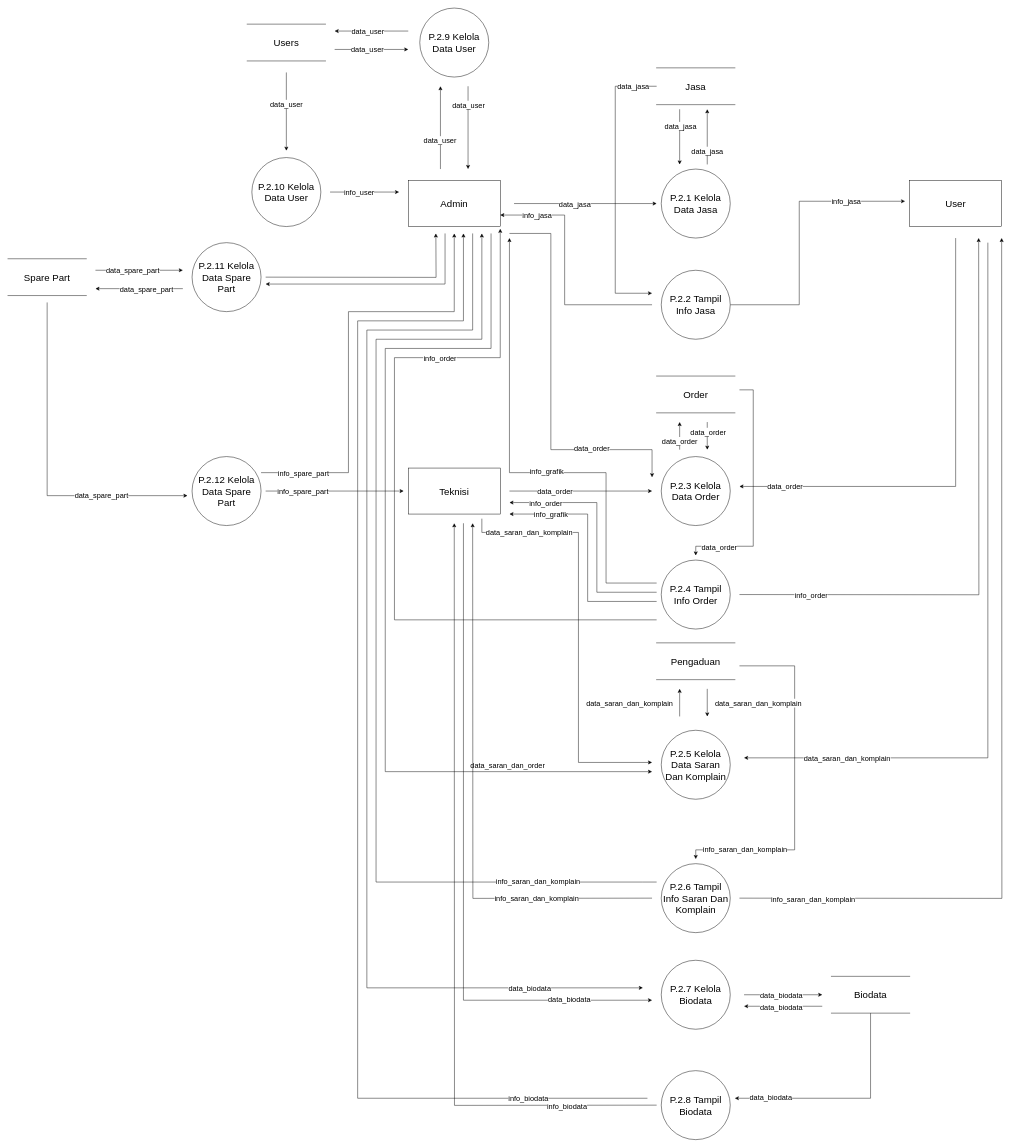
Before: Data Flow Diagram Level 1 (Kelola Data).drawio in Naveigell/ta2, a draw.io diagram. Source tidied: cells renumbered, new cells numbered last; positions are measured from the earlier drawing's top-left corner, leaving out a move shared by most shapes. Both pictures are drawn from the tidied source at 46%, with x=0, y=0 at pixel (8, 8).
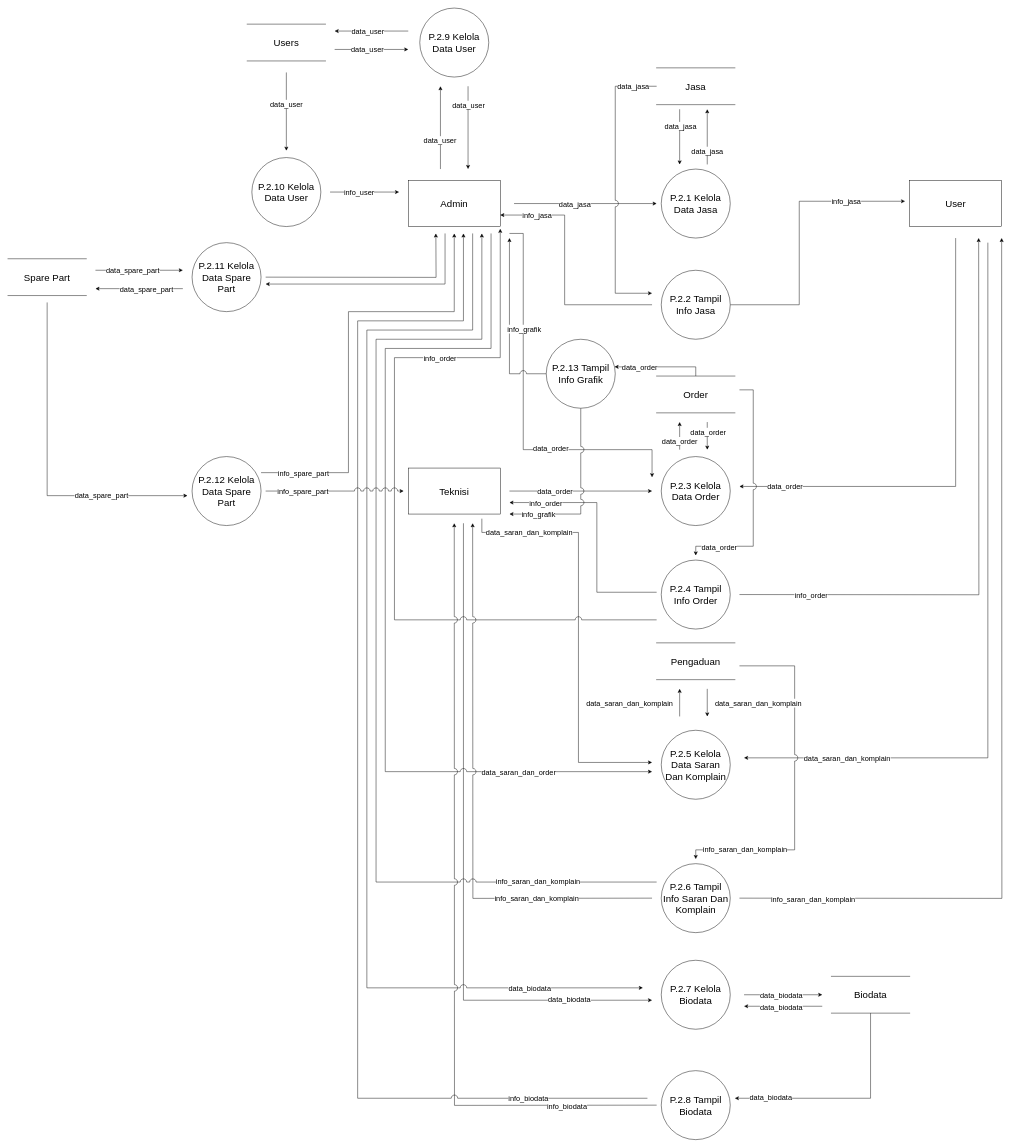
After the change.

Commit message (it also covers changes not shown here):
Add BAB IV DFD and ERD

Unchanged cells that the change refers to:
```xml
<mxCell id="27" value="Jasa" style="shape=partialRectangle;whiteSpace=wrap;html=1;left=0;right=0;fillColor=none;fontSize=21;" parent="1" vertex="1">
  <mxGeometry x="1410" y="130" width="170" height="80" as="geometry" />
</mxCell>
<mxCell id="40" value="Order" style="shape=partialRectangle;whiteSpace=wrap;html=1;left=0;right=0;fillColor=none;fontSize=21;" parent="1" vertex="1">
  <mxGeometry x="1410" y="800" width="170" height="80" as="geometry" />
</mxCell>
```

What changed in the source:
```diff
@@
-    <mxCell id="2" style="edgeStyle=orthogonalEdgeStyle;rounded=0;orthogonalLoop=1;jettySize=auto;html=1;fontSize=21;" parent="1" edge="1">
+    <mxCell id="2" style="edgeStyle=orthogonalEdgeStyle;rounded=0;orthogonalLoop=1;jettySize=auto;html=1;fontSize=21;jumpStyle=arc;jumpSize=14;" parent="1" edge="1">
       <mxGeometry relative="1" as="geometry">
         <mxPoint x="1100" y="425" as="sourcePoint" />
         <mxPoint x="1410" y="425" as="targetPoint" />
       </mxGeometry>
     </mxCell>
@@
     <mxCell id="4" style="edgeStyle=orthogonalEdgeStyle;rounded=0;orthogonalLoop=1;jettySize=auto;html=1;fontSize=16;" parent="1" edge="1">
       <mxGeometry relative="1" as="geometry">
         <mxPoint x="1090" y="490" as="sourcePoint" />
         <mxPoint x="1400" y="1020" as="targetPoint" />
         <Array as="points">
-          <mxPoint x="1180" y="490" />
-          <mxPoint x="1180" y="960" />
+          <mxPoint x="1120" y="490" />
+          <mxPoint x="1120" y="960" />
           <mxPoint x="1400" y="960" />
         </Array>
       </mxGeometry>
     </mxCell>
     <mxCell id="5" value="data_order" style="edgeLabel;html=1;align=center;verticalAlign=middle;fontSize=16;" parent="4" vertex="1">
       <mxGeometry x="0.5" y="3" relative="1" as="geometry">
-        <mxPoint x="18" as="offset" />
+        <mxPoint x="-71" as="offset" />
       </mxGeometry>
     </mxCell>
@@
-    <mxCell id="17" style="edgeStyle=orthogonalEdgeStyle;rounded=0;orthogonalLoop=1;jettySize=auto;html=1;fontSize=16;" parent="1" edge="1">
+    <mxCell id="17" style="edgeStyle=orthogonalEdgeStyle;rounded=0;orthogonalLoop=1;jettySize=auto;html=1;fontSize=16;jumpStyle=arc;jumpSize=14;" parent="1" edge="1">
       <mxGeometry relative="1" as="geometry">
         <mxPoint x="2060" y="500" as="sourcePoint" />
         <mxPoint x="1590" y="1040" as="targetPoint" />
         <Array as="points">
           <mxPoint x="2060" y="1040" />
           <mxPoint x="1600" y="1040" />
         </Array>
       </mxGeometry>
     </mxCell>
@@
-    <mxCell id="25" style="edgeStyle=orthogonalEdgeStyle;rounded=0;jettySize=auto;html=1;fontSize=21;" parent="1" edge="1" source="27">
+    <mxCell id="25" style="edgeStyle=orthogonalEdgeStyle;rounded=0;jettySize=auto;html=1;fontSize=21;jumpStyle=arc;jumpSize=14;" parent="1" edge="1" source="27">
       <mxGeometry relative="1" as="geometry">
         <mxPoint x="1400" y="620" as="targetPoint" />
         <Array as="points">
           <mxPoint x="1320" y="170" />
           <mxPoint x="1320" y="620" />
         </Array>
       </mxGeometry>
     </mxCell>
@@
-    <mxCell id="38" style="edgeStyle=orthogonalEdgeStyle;rounded=0;orthogonalLoop=1;jettySize=auto;html=1;fontSize=16;" parent="1" edge="1">
+    <mxCell id="38" style="edgeStyle=orthogonalEdgeStyle;rounded=0;orthogonalLoop=1;jettySize=auto;html=1;fontSize=16;jumpStyle=arc;jumpSize=14;" parent="1" edge="1">
       <mxGeometry relative="1" as="geometry">
         <mxPoint x="1590" y="830" as="sourcePoint" />
         <mxPoint x="1495" y="1190" as="targetPoint" />
         <Array as="points">
           <mxPoint x="1620" y="830" />
           <mxPoint x="1620" y="1170" />
           <mxPoint x="1495" y="1170" />
         </Array>
       </mxGeometry>
     </mxCell>
@@
+    <mxCell id="113" style="edgeStyle=orthogonalEdgeStyle;rounded=0;jumpStyle=arc;jumpSize=14;jettySize=auto;html=1;exitX=0.5;exitY=0;exitDx=0;exitDy=0;" parent="1" edge="1" source="40" target="115">
+      <mxGeometry relative="1" as="geometry">
+        <Array as="points">
+          <mxPoint x="1495" y="780" />
+        </Array>
+      </mxGeometry>
+    </mxCell>
+    <mxCell id="114" value="data_order" style="edgeLabel;html=1;align=center;verticalAlign=middle;fontSize=16;" parent="113" vertex="1">
+      <mxGeometry x="0.46" relative="1" as="geometry" />
+    </mxCell>
@@
-    <mxCell id="47" style="edgeStyle=orthogonalEdgeStyle;rounded=0;orthogonalLoop=1;jettySize=auto;html=1;fontSize=16;" parent="1" edge="1">
+    <mxCell id="47" style="edgeStyle=orthogonalEdgeStyle;rounded=0;orthogonalLoop=1;jettySize=auto;html=1;fontSize=16;jumpStyle=arc;jumpSize=14;" parent="1" edge="1">
       <mxGeometry relative="1" as="geometry">
         <mxPoint x="1410" y="1330" as="sourcePoint" />
         <mxPoint x="1070" y="480" as="targetPoint" />
         <Array as="points">
           <mxPoint x="840" y="1330" />
           <mxPoint x="840" y="760" />
           <mxPoint x="1070" y="760" />
           <mxPoint x="1070" y="490" />
         </Array>
       </mxGeometry>
     </mxCell>
@@
-    <mxCell id="49" style="edgeStyle=orthogonalEdgeStyle;rounded=0;orthogonalLoop=1;jettySize=auto;html=1;fontSize=16;" parent="1" edge="1">
+    <mxCell id="49" style="edgeStyle=orthogonalEdgeStyle;rounded=0;jettySize=auto;html=1;fontSize=16;exitX=0.5;exitY=1;exitDx=0;exitDy=0;jumpStyle=arc;jumpSize=14;" parent="1" edge="1" source="115">
       <mxGeometry relative="1" as="geometry">
-        <mxPoint x="1410" y="1290" as="sourcePoint" />
         <mxPoint x="1090" y="1100" as="targetPoint" />
         <Array as="points">
-          <mxPoint x="1260" y="1290" />
-          <mxPoint x="1260" y="1100" />
+          <mxPoint x="1245" y="1100" />
         </Array>
       </mxGeometry>
     </mxCell>
@@
-    <mxCell id="51" style="edgeStyle=orthogonalEdgeStyle;rounded=0;orthogonalLoop=1;jettySize=auto;html=1;fontSize=16;" parent="1" edge="1">
+    <mxCell id="51" style="edgeStyle=orthogonalEdgeStyle;rounded=0;jettySize=auto;html=1;fontSize=16;jumpStyle=arc;jumpSize=14;exitX=0;exitY=0.5;exitDx=0;exitDy=0;" parent="1" edge="1" source="115">
       <mxGeometry relative="1" as="geometry">
-        <mxPoint x="1410" y="1250" as="sourcePoint" />
         <mxPoint x="1090" y="500" as="targetPoint" />
         <Array as="points">
-          <mxPoint x="1300" y="1250" />
-          <mxPoint x="1300" y="1010" />
-          <mxPoint x="1090" y="1010" />
+          <mxPoint x="1090" y="795" />
         </Array>
       </mxGeometry>
     </mxCell>
@@
-    <mxCell id="57" style="edgeStyle=orthogonalEdgeStyle;rounded=0;orthogonalLoop=1;jettySize=auto;html=1;fontSize=16;" parent="1" edge="1">
+    <mxCell id="57" style="edgeStyle=orthogonalEdgeStyle;rounded=0;orthogonalLoop=1;jettySize=auto;html=1;fontSize=16;jumpStyle=arc;jumpSize=14;" parent="1" edge="1">
       <mxGeometry relative="1" as="geometry">
         <mxPoint x="1590" y="1430" as="sourcePoint" />
         <mxPoint x="1495" y="1850" as="targetPoint" />
         <Array as="points">
           <mxPoint x="1710" y="1430" />
           <mxPoint x="1710" y="1830" />
           <mxPoint x="1495" y="1830" />
         </Array>
       </mxGeometry>
     </mxCell>
@@
-    <mxCell id="62" style="edgeStyle=orthogonalEdgeStyle;rounded=0;orthogonalLoop=1;jettySize=auto;html=1;fontSize=16;" parent="1" edge="1">
+    <mxCell id="62" style="edgeStyle=orthogonalEdgeStyle;rounded=0;orthogonalLoop=1;jettySize=auto;html=1;fontSize=16;jumpStyle=arc;jumpSize=14;" parent="1" edge="1">
       <mxGeometry relative="1" as="geometry">
         <mxPoint x="1050" y="490" as="sourcePoint" />
         <mxPoint x="1400" y="1660" as="targetPoint" />
         <Array as="points">
           <mxPoint x="1050" y="740" />
           <mxPoint x="820" y="740" />
           <mxPoint x="820" y="1660" />
         </Array>
       </mxGeometry>
     </mxCell>
     <mxCell id="63" value="data_saran_dan_order" style="edgeLabel;html=1;align=center;verticalAlign=middle;fontSize=16;" parent="62" vertex="1">
       <mxGeometry x="0.5" relative="1" as="geometry">
-        <mxPoint x="180" y="-14" as="offset" />
+        <mxPoint x="204" as="offset" />
       </mxGeometry>
     </mxCell>
-    <mxCell id="64" style="edgeStyle=orthogonalEdgeStyle;rounded=0;orthogonalLoop=1;jettySize=auto;html=1;fontSize=16;" parent="1" edge="1">
+    <mxCell id="64" style="edgeStyle=orthogonalEdgeStyle;rounded=0;orthogonalLoop=1;jettySize=auto;html=1;fontSize=16;jumpStyle=arc;jumpSize=14;" parent="1" edge="1">
       <mxGeometry relative="1" as="geometry">
         <mxPoint x="1400" y="1935" as="sourcePoint" />
         <mxPoint x="1010" y="1120" as="targetPoint" />
       </mxGeometry>
     </mxCell>
@@
-    <mxCell id="69" style="edgeStyle=orthogonalEdgeStyle;rounded=0;orthogonalLoop=1;jettySize=auto;html=1;fontSize=16;" parent="1" edge="1">
+    <mxCell id="69" style="edgeStyle=orthogonalEdgeStyle;rounded=0;orthogonalLoop=1;jettySize=auto;html=1;fontSize=16;jumpStyle=arc;jumpSize=14;" parent="1" edge="1">
       <mxGeometry relative="1" as="geometry">
         <mxPoint x="1410" y="1900" as="sourcePoint" />
         <mxPoint x="1030" y="490" as="targetPoint" />
         <Array as="points">
           <mxPoint x="1380" y="1900" />
           <mxPoint x="800" y="1900" />
           <mxPoint x="800" y="720" />
           <mxPoint x="1030" y="720" />
         </Array>
       </mxGeometry>
     </mxCell>
@@
-    <mxCell id="79" style="edgeStyle=orthogonalEdgeStyle;rounded=0;orthogonalLoop=1;jettySize=auto;html=1;fontSize=16;" parent="1" edge="1">
+    <mxCell id="79" style="edgeStyle=orthogonalEdgeStyle;rounded=0;orthogonalLoop=1;jettySize=auto;html=1;fontSize=16;jumpStyle=arc;jumpSize=14;" parent="1" edge="1">
       <mxGeometry relative="1" as="geometry">
         <mxPoint x="1010" y="490" as="sourcePoint" />
         <mxPoint x="1380" y="2130" as="targetPoint" />
         <Array as="points">
           <mxPoint x="1010" y="700" />
           <mxPoint x="780" y="700" />
           <mxPoint x="780" y="2130" />
         </Array>
       </mxGeometry>
     </mxCell>
@@
-    <mxCell id="81" style="edgeStyle=orthogonalEdgeStyle;rounded=0;orthogonalLoop=1;jettySize=auto;html=1;" parent="1" edge="1">
+    <mxCell id="81" style="edgeStyle=orthogonalEdgeStyle;rounded=0;orthogonalLoop=1;jettySize=auto;html=1;jumpStyle=arc;jumpSize=14;" parent="1" edge="1">
       <mxGeometry relative="1" as="geometry">
         <mxPoint x="1410" y="2385" as="sourcePoint" />
         <mxPoint x="970" y="1120" as="targetPoint" />
       </mxGeometry>
     </mxCell>
@@
-    <mxCell id="84" style="edgeStyle=orthogonalEdgeStyle;rounded=0;orthogonalLoop=1;jettySize=auto;html=1;fontSize=16;" parent="1" edge="1">
+    <mxCell id="84" style="edgeStyle=orthogonalEdgeStyle;rounded=0;orthogonalLoop=1;jettySize=auto;html=1;fontSize=16;jumpStyle=arc;jumpSize=14;" parent="1" edge="1">
       <mxGeometry relative="1" as="geometry">
         <mxPoint x="1390" y="2370" as="sourcePoint" />
         <mxPoint x="990" y="490" as="targetPoint" />
         <Array as="points">
           <mxPoint x="760" y="2370" />
           <mxPoint x="760" y="680" />
           <mxPoint x="990" y="680" />
           <mxPoint x="990" y="500" />
         </Array>
       </mxGeometry>
     </mxCell>
@@
-    <mxCell id="110" style="edgeStyle=orthogonalEdgeStyle;rounded=0;orthogonalLoop=1;jettySize=auto;html=1;fontSize=16;" parent="1" edge="1">
+    <mxCell id="110" style="edgeStyle=orthogonalEdgeStyle;rounded=0;orthogonalLoop=1;jettySize=auto;html=1;fontSize=16;jumpStyle=arc;jumpSize=14;" parent="1" edge="1">
       <mxGeometry relative="1" as="geometry">
         <mxPoint x="560" y="1050" as="sourcePoint" />
         <mxPoint x="860" y="1050" as="targetPoint" />
       </mxGeometry>
     </mxCell>
@@
+    <mxCell id="115" value="P.2.13 Tampil Info Grafik" style="ellipse;whiteSpace=wrap;html=1;fontSize=21;" parent="1" vertex="1">
+      <mxGeometry x="1170" y="720" width="150" height="150" as="geometry" />
+    </mxCell>
```
